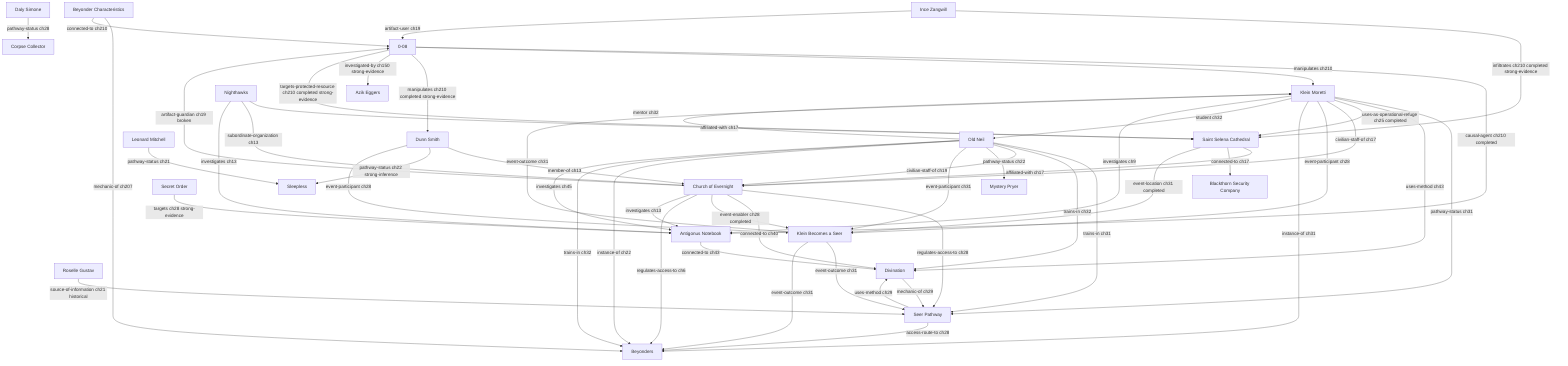
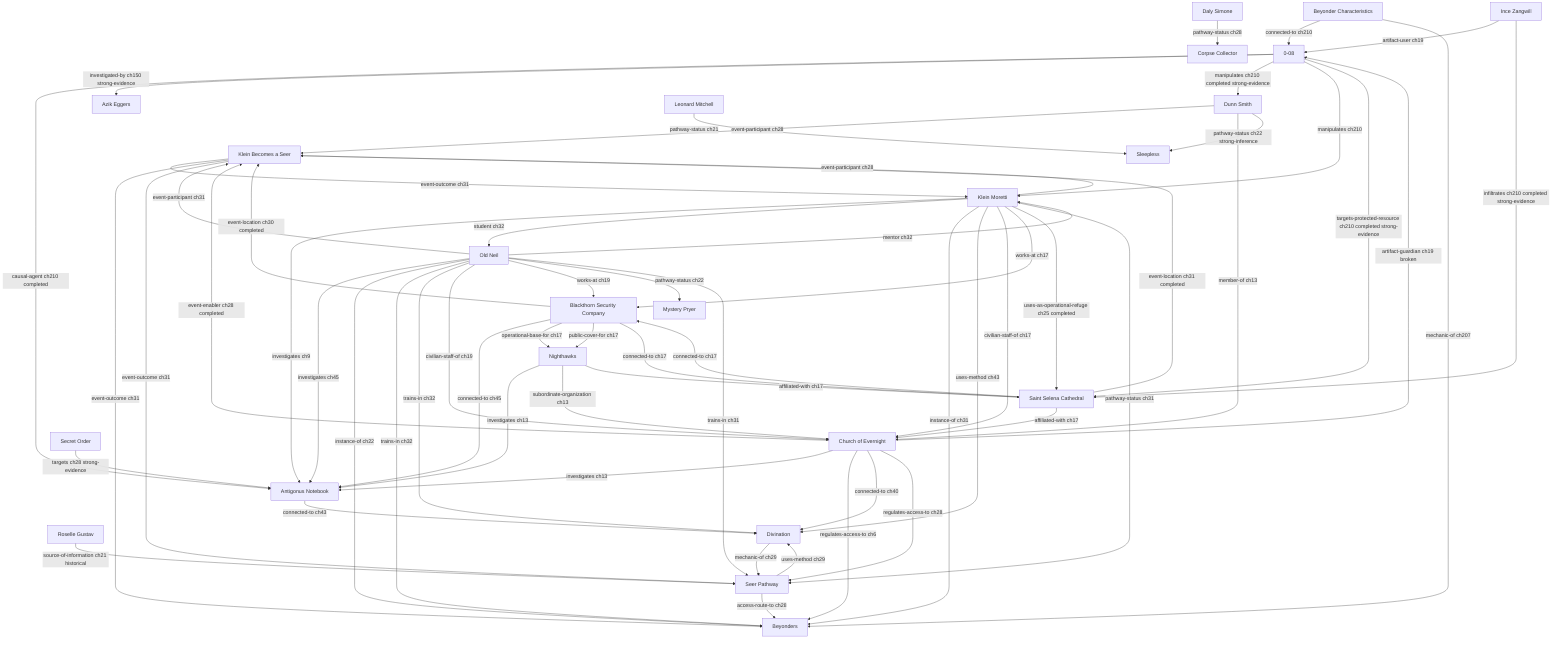
graph TD
  artifact_0_08["0-08"]
  artifact_antigonus_notebook["Antigonus Notebook"]
  character_azik_eggers["Azik Eggers"]
  character_daly_simone["Daly Simone"]
  character_dunn_smith["Dunn Smith"]
  character_ince_zangwill["Ince Zangwill"]
  character_klein_moretti["Klein Moretti"]
  character_leonard_mitchell["Leonard Mitchell"]
  character_old_neil["Old Neil"]
  character_roselle_gustav["Roselle Gustav"]
  concept_beyonder_characteristics["Beyonder Characteristics"]
  concept_beyonders["Beyonders"]
  concept_divination["Divination"]
  event_klein_becomes_a_seer["Klein Becomes a Seer"]
  faction_church_of_evernight["Church of Evernight"]
  faction_nighthawks["Nighthawks"]
  faction_secret_order["Secret Order"]
  location_blackthorn_security_company["Blackthorn Security Company"]
  location_saint_selena_cathedral["Saint Selena Cathedral"]
  pathway_corpse_collector["Corpse Collector"]
  pathway_mystery_pryer["Mystery Pryer"]
  pathway_seer["Seer Pathway"]
  pathway_sleepless["Sleepless"]

+   artifact_0_08 -->|causal-agent ch210 completed| artifact_antigonus_notebook
+   artifact_0_08 -->|investigated-by ch150 strong-evidence| character_azik_eggers
+   artifact_0_08 -->|manipulates ch210 completed strong-evidence| character_dunn_smith
+   artifact_0_08 -->|manipulates ch210| character_klein_moretti
+   artifact_0_08 -->|targets-protected-resource ch210 completed strong-evidence| location_saint_selena_cathedral
+   artifact_antigonus_notebook -->|connected-to ch43| concept_divination
+   character_daly_simone -->|pathway-status ch28| pathway_corpse_collector
+   character_dunn_smith -->|event-participant ch28| event_klein_becomes_a_seer
+   character_dunn_smith -->|member-of ch13| faction_church_of_evernight
+   character_dunn_smith -->|pathway-status ch22 strong-inference| pathway_sleepless
+   character_ince_zangwill -->|artifact-user ch19| artifact_0_08
+   character_ince_zangwill -->|infiltrates ch210 completed strong-evidence| location_saint_selena_cathedral
+   character_klein_moretti -->|investigates ch9| artifact_antigonus_notebook
+   character_klein_moretti -->|student ch32| character_old_neil
+   character_klein_moretti -->|instance-of ch31| concept_beyonders
+   character_klein_moretti -->|uses-method ch43| concept_divination
+   character_klein_moretti -->|event-participant ch28| event_klein_becomes_a_seer
+   character_klein_moretti -->|civilian-staff-of ch17| faction_church_of_evernight
+   character_klein_moretti -->|works-at ch17| location_blackthorn_security_company
+   character_klein_moretti -->|uses-as-operational-refuge ch25 completed| location_saint_selena_cathedral
  character_klein_moretti -->|pathway-status ch31| pathway_seer
-   event_klein_becomes_a_seer -->|event-outcome ch31| pathway_seer
-   faction_church_of_evernight -->|regulates-access-to ch28| pathway_seer
+   character_leonard_mitchell -->|pathway-status ch21| pathway_sleepless
+   character_old_neil -->|investigates ch45| artifact_antigonus_notebook
+   character_old_neil -->|mentor ch32| character_klein_moretti
+   character_old_neil -->|instance-of ch22| concept_beyonders
+   character_old_neil -->|trains-in ch32| concept_beyonders
+   character_old_neil -->|trains-in ch32| concept_divination
+   character_old_neil -->|event-participant ch31| event_klein_becomes_a_seer
+   character_old_neil -->|civilian-staff-of ch19| faction_church_of_evernight
+   character_old_neil -->|works-at ch19| location_blackthorn_security_company
+   character_old_neil -->|pathway-status ch22| pathway_mystery_pryer
  character_old_neil -->|trains-in ch31| pathway_seer
  character_roselle_gustav -->|source-of-information ch21 historical| pathway_seer
+   concept_beyonder_characteristics -->|connected-to ch210| artifact_0_08
+   concept_beyonder_characteristics -->|mechanic-of ch207| concept_beyonders
+   concept_divination -->|mechanic-of ch29| pathway_seer
+   event_klein_becomes_a_seer -->|event-outcome ch31| character_klein_moretti
+   event_klein_becomes_a_seer -->|event-outcome ch31| concept_beyonders
+   event_klein_becomes_a_seer -->|event-outcome ch31| pathway_seer
+   faction_church_of_evernight -->|artifact-guardian ch19 broken| artifact_0_08
+   faction_church_of_evernight -->|investigates ch13| artifact_antigonus_notebook
+   faction_church_of_evernight -->|regulates-access-to ch6| concept_beyonders
+   faction_church_of_evernight -->|connected-to ch40| concept_divination
+   faction_church_of_evernight -->|event-enabler ch28 completed| event_klein_becomes_a_seer
+   faction_church_of_evernight -->|regulates-access-to ch28| pathway_seer
+   faction_nighthawks -->|investigates ch13| artifact_antigonus_notebook
+   faction_nighthawks -->|subordinate-organization ch13| faction_church_of_evernight
+   faction_nighthawks -->|affiliated-with ch17| location_saint_selena_cathedral
+   faction_secret_order -->|targets ch28 strong-evidence| artifact_antigonus_notebook
+   location_blackthorn_security_company -->|connected-to ch45| artifact_antigonus_notebook
+   location_blackthorn_security_company -->|event-location ch30 completed| event_klein_becomes_a_seer
+   location_blackthorn_security_company -->|operational-base-for ch17| faction_nighthawks
+   location_blackthorn_security_company -->|public-cover-for ch17| faction_nighthawks
+   location_blackthorn_security_company -->|connected-to ch17| location_saint_selena_cathedral
+   location_saint_selena_cathedral -->|event-location ch31 completed| event_klein_becomes_a_seer
+   location_saint_selena_cathedral -->|affiliated-with ch17| faction_church_of_evernight
+   location_saint_selena_cathedral -->|connected-to ch17| location_blackthorn_security_company
+   pathway_seer -->|access-route-to ch28| concept_beyonders
  pathway_seer -->|uses-method ch29| concept_divination
-   concept_divination -->|mechanic-of ch29| pathway_seer
-   character_old_neil -->|trains-in ch32| concept_divination
-   character_klein_moretti -->|uses-method ch43| concept_divination
-   faction_church_of_evernight -->|connected-to ch40| concept_divination
-   artifact_antigonus_notebook -->|connected-to ch43| concept_divination
-   pathway_seer -->|access-route-to ch28| concept_beyonders
-   location_saint_selena_cathedral -->|affiliated-with ch17| faction_church_of_evernight
-   faction_nighthawks -->|affiliated-with ch17| location_saint_selena_cathedral
-   character_klein_moretti -->|uses-as-operational-refuge ch25 completed| location_saint_selena_cathedral
-   location_saint_selena_cathedral -->|connected-to ch17| location_blackthorn_security_company
-   location_saint_selena_cathedral -->|event-location ch31 completed| event_klein_becomes_a_seer
-   character_ince_zangwill -->|infiltrates ch210 completed strong-evidence| location_saint_selena_cathedral
-   faction_nighthawks -->|subordinate-organization ch13| faction_church_of_evernight
-   character_klein_moretti -->|civilian-staff-of ch17| faction_church_of_evernight
-   character_dunn_smith -->|member-of ch13| faction_church_of_evernight
-   character_old_neil -->|civilian-staff-of ch19| faction_church_of_evernight
-   faction_church_of_evernight -->|artifact-guardian ch19 broken| artifact_0_08
-   character_leonard_mitchell -->|pathway-status ch21| pathway_sleepless
-   character_dunn_smith -->|pathway-status ch22 strong-inference| pathway_sleepless
-   character_old_neil -->|pathway-status ch22| pathway_mystery_pryer
-   faction_church_of_evernight -->|event-enabler ch28 completed| event_klein_becomes_a_seer
-   faction_church_of_evernight -->|regulates-access-to ch6| concept_beyonders
-   character_daly_simone -->|pathway-status ch28| pathway_corpse_collector
-   character_klein_moretti -->|event-participant ch28| event_klein_becomes_a_seer
-   character_old_neil -->|event-participant ch31| event_klein_becomes_a_seer
-   character_dunn_smith -->|event-participant ch28| event_klein_becomes_a_seer
-   event_klein_becomes_a_seer -->|event-outcome ch31| character_klein_moretti
-   concept_beyonder_characteristics -->|mechanic-of ch207| concept_beyonders
-   concept_beyonder_characteristics -->|connected-to ch210| artifact_0_08
-   character_klein_moretti -->|instance-of ch31| concept_beyonders
-   event_klein_becomes_a_seer -->|event-outcome ch31| concept_beyonders
-   character_old_neil -->|instance-of ch22| concept_beyonders
-   character_old_neil -->|trains-in ch32| concept_beyonders
-   character_old_neil -->|mentor ch32| character_klein_moretti
-   character_klein_moretti -->|student ch32| character_old_neil
-   character_ince_zangwill -->|artifact-user ch19| artifact_0_08
-   faction_church_of_evernight -->|investigates ch13| artifact_antigonus_notebook
-   character_klein_moretti -->|investigates ch9| artifact_antigonus_notebook
-   faction_nighthawks -->|investigates ch13| artifact_antigonus_notebook
-   character_old_neil -->|investigates ch45| artifact_antigonus_notebook
-   faction_secret_order -->|targets ch28 strong-evidence| artifact_antigonus_notebook
-   artifact_0_08 -->|causal-agent ch210 completed| artifact_antigonus_notebook
-   artifact_0_08 -->|manipulates ch210| character_klein_moretti
-   artifact_0_08 -->|manipulates ch210 completed strong-evidence| character_dunn_smith
-   artifact_0_08 -->|investigated-by ch150 strong-evidence| character_azik_eggers
-   artifact_0_08 -->|targets-protected-resource ch210 completed strong-evidence| location_saint_selena_cathedral
